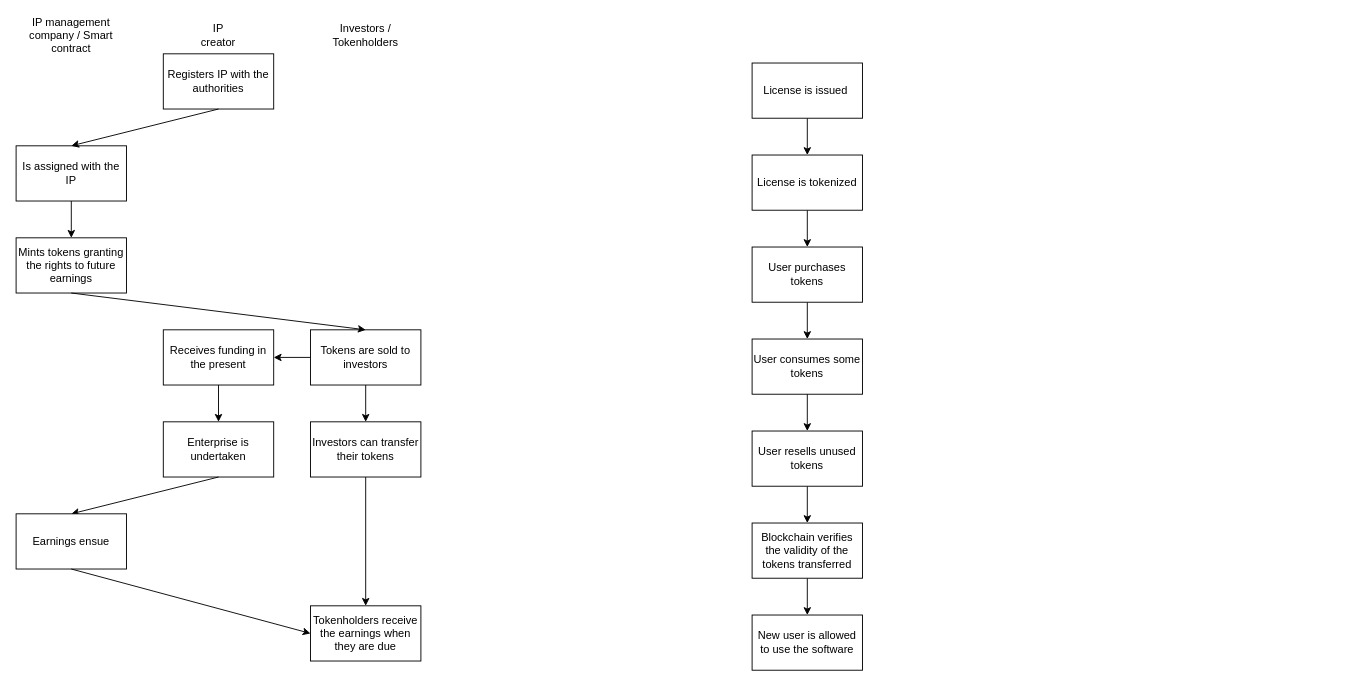
The draw.io diagram Enterprise blockchains.drawio in juan22xT/TEA, before the edit. Source tidied: cells renumbered, new cells numbered last; positions are measured from the earlier drawing's top-left corner, leaving out a move shared by most shapes. Both pictures are drawn from the tidied source at 92%, with x=0, y=0 at pixel (16, 26).
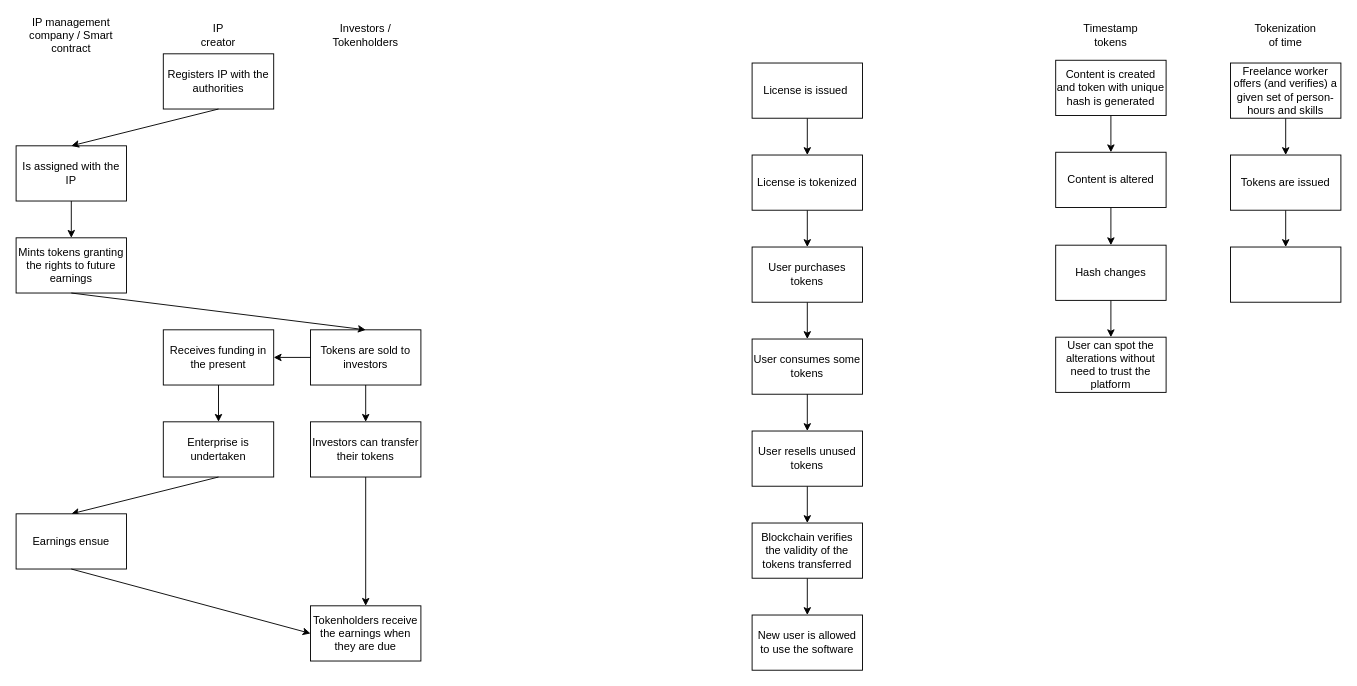
The same page after the edit.

The edit, as a diff of the source:
```diff
@@
+    <mxCell id="36" style="edgeStyle=orthogonalEdgeStyle;rounded=0;jettySize=auto;html=1;" parent="1" edge="1" source="37" target="43">
+      <mxGeometry relative="1" as="geometry" />
+    </mxCell>
+    <mxCell id="37" value="Content is created and token with unique hash is generated" style="rounded=0;whiteSpace=wrap;html=1;" parent="1" vertex="1">
+      <mxGeometry x="1130" y="37" width="120" height="60" as="geometry" />
+    </mxCell>
+    <mxCell id="38" value="Timestamp tokens" style="text;html=1;strokeColor=none;fillColor=none;align=center;verticalAlign=middle;whiteSpace=wrap;rounded=0;" parent="1" vertex="1">
+      <mxGeometry x="1170" width="40" height="20" as="geometry" />
+    </mxCell>
+    <mxCell id="39" value="Tokenization of time" style="text;html=1;strokeColor=none;fillColor=none;align=center;verticalAlign=middle;whiteSpace=wrap;rounded=0;" parent="1" vertex="1">
+      <mxGeometry x="1360" width="40" height="20" as="geometry" />
+    </mxCell>
+    <mxCell id="40" style="edgeStyle=orthogonalEdgeStyle;rounded=0;jettySize=auto;html=1;" parent="1" edge="1" source="41" target="48">
+      <mxGeometry relative="1" as="geometry" />
+    </mxCell>
+    <mxCell id="41" value="Freelance worker offers (and verifies) a given set of person-hours and skills" style="rounded=0;whiteSpace=wrap;html=1;" parent="1" vertex="1">
+      <mxGeometry x="1320" y="40" width="120" height="60" as="geometry" />
+    </mxCell>
+    <mxCell id="42" style="edgeStyle=orthogonalEdgeStyle;rounded=0;jettySize=auto;html=1;" parent="1" edge="1" source="43" target="45">
+      <mxGeometry relative="1" as="geometry" />
+    </mxCell>
+    <mxCell id="43" value="Content is altered" style="rounded=0;whiteSpace=wrap;html=1;" parent="1" vertex="1">
+      <mxGeometry x="1130" y="137" width="120" height="60" as="geometry" />
+    </mxCell>
+    <mxCell id="44" style="edgeStyle=orthogonalEdgeStyle;rounded=0;jettySize=auto;html=1;" parent="1" edge="1" source="45" target="46">
+      <mxGeometry relative="1" as="geometry" />
+    </mxCell>
+    <mxCell id="45" value="Hash changes" style="rounded=0;whiteSpace=wrap;html=1;" parent="1" vertex="1">
+      <mxGeometry x="1130" y="238" width="120" height="60" as="geometry" />
+    </mxCell>
+    <mxCell id="46" value="User can spot the alterations without need to trust the platform" style="rounded=0;whiteSpace=wrap;html=1;" parent="1" vertex="1">
+      <mxGeometry x="1130" y="338" width="120" height="60" as="geometry" />
+    </mxCell>
+    <mxCell id="47" style="edgeStyle=orthogonalEdgeStyle;rounded=0;jettySize=auto;html=1;" parent="1" edge="1" source="48" target="49">
+      <mxGeometry relative="1" as="geometry" />
+    </mxCell>
+    <mxCell id="48" value="Tokens are issued" style="rounded=0;whiteSpace=wrap;html=1;" parent="1" vertex="1">
+      <mxGeometry x="1320" y="140" width="120" height="60" as="geometry" />
+    </mxCell>
+    <mxCell id="49" style="rounded=0;whiteSpace=wrap;html=1;" parent="1" vertex="1">
+      <mxGeometry x="1320" y="240" width="120" height="60" as="geometry" />
+    </mxCell>
```
